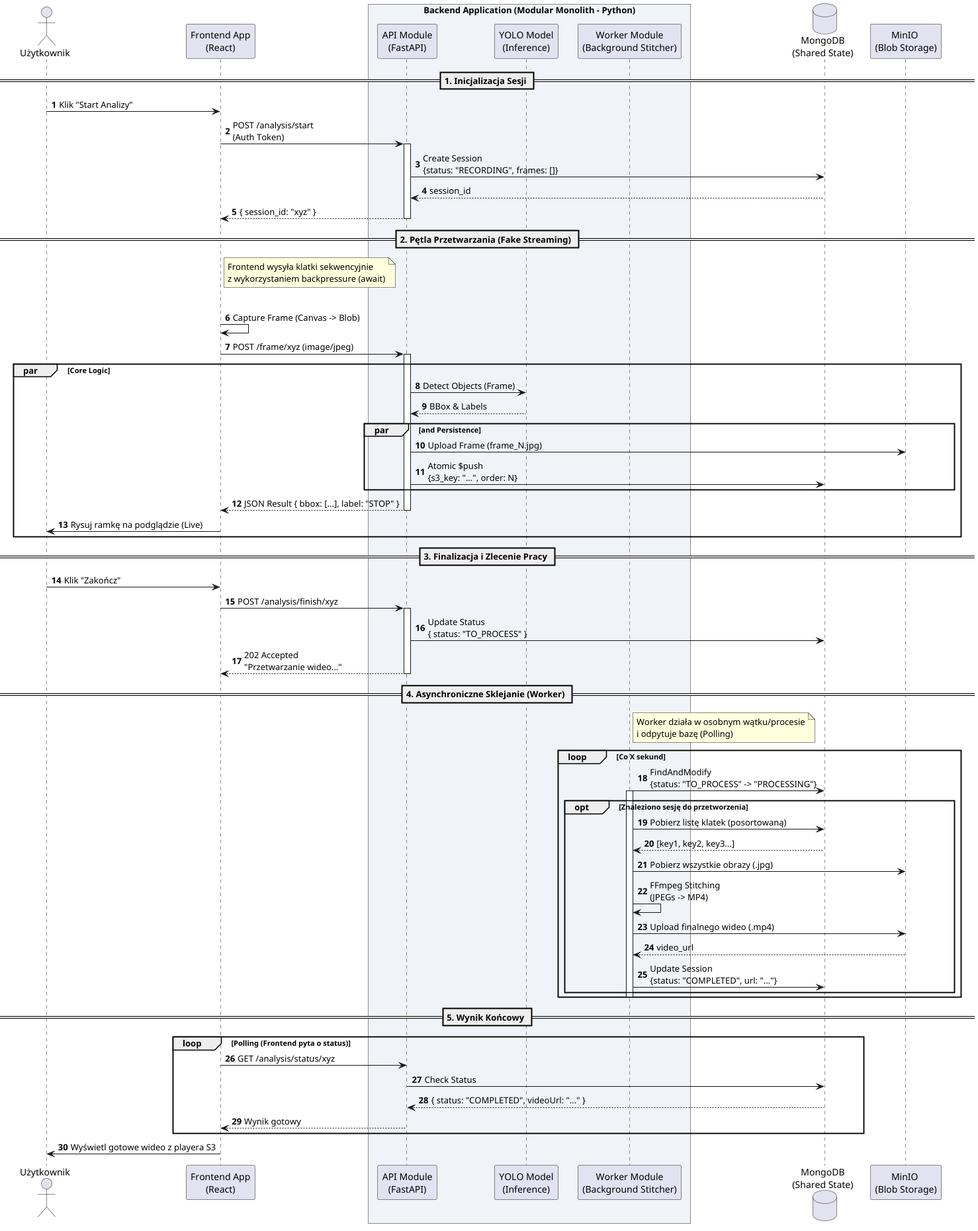
Above: docs/flows/application_flow.png in Matiar15/engin33ring-thesis (PlantUML), before the change.
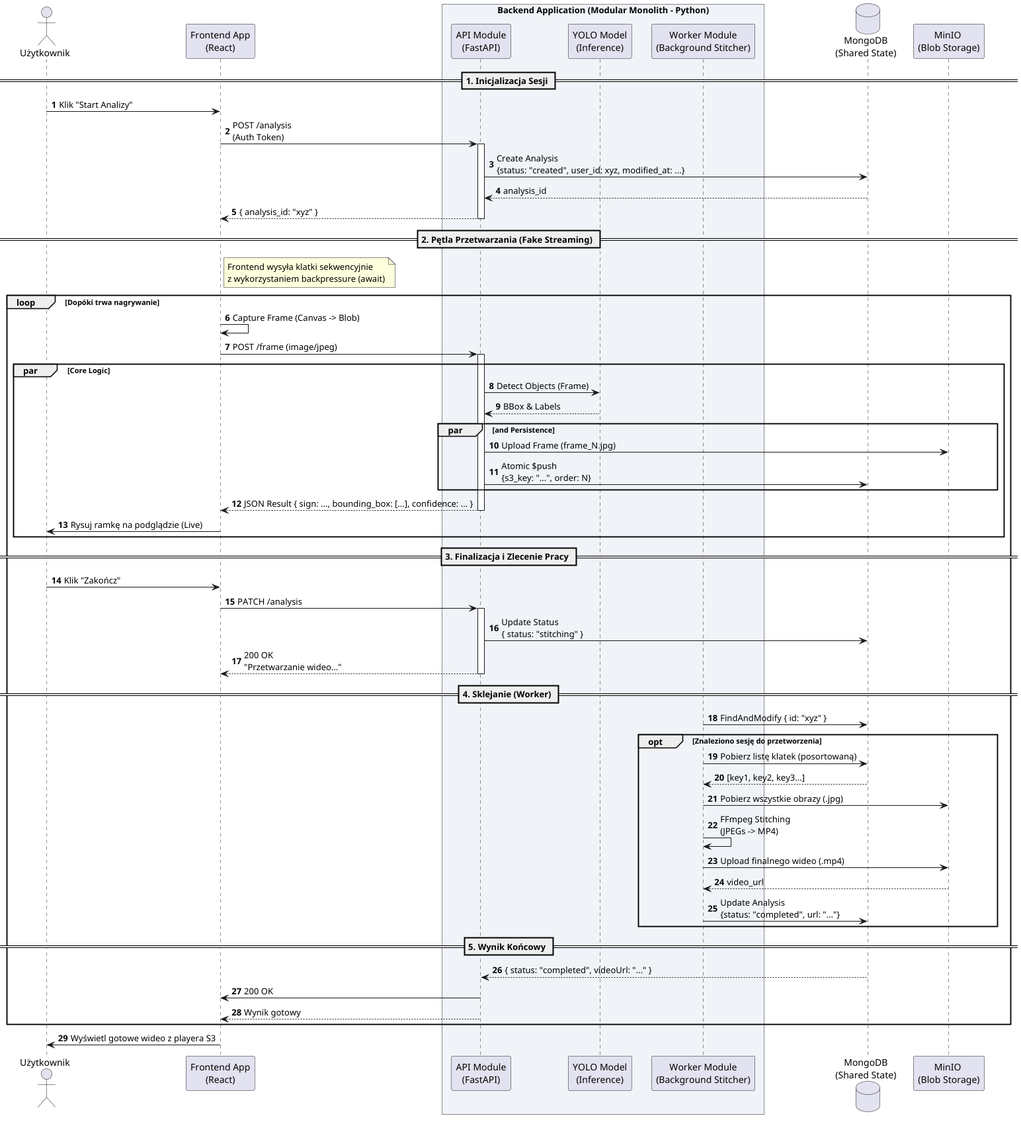
Later version of the same file.

Commit message:
polish-remaining-things chore(docs): update frontend and application flow diagrams

What changed in the source:
```diff
@@ -17,11 +17,11 @@
 
 == 1. Inicjalizacja Sesji ==
 User -> Front: Klik "Start Analizy"
-Front -> API: POST /analysis/start\n(Auth Token)
+Front -> API: POST /analysis\n(Auth Token)
 activate API
-API -> Mongo: Create Session\n{status: "RECORDING", frames: []}
-Mongo --> API: session_id
-API --> Front: { session_id: "xyz" }
+API -> Mongo: Create Analysis\n{status: "created", user_id: xyz, modified_at: ...}
+Mongo --> API: analysis_id
+API --> Front: { analysis_id: "xyz" }
 deactivate API
 
 == 2. Pętla Przetwarzania (Fake Streaming) ==
@@ -32,7 +32,7 @@
 
 loop Dopóki trwa nagrywanie
     Front -> Front: Capture Frame (Canvas -> Blob)
-    Front -> API: POST /frame/xyz (image/jpeg)
+    Front -> API: POST /frame (image/jpeg)
     activate API
 
     par Core Logic
@@ -43,7 +43,7 @@
         API -> Mongo: Atomic $push\n{s3_key: "...", order: N}
     end
 
-    API --> Front: JSON Result { bbox: [...], label: "STOP" }
+    API --> Front: JSON Result { sign: ..., bounding_box: [...], confidence: ... }
     deactivate API
 
     Front -> User: Rysuj ramkę na podglądzie (Live)
@@ -51,43 +51,31 @@
 
 == 3. Finalizacja i Zlecenie Pracy ==
 User -> Front: Klik "Zakończ"
-Front -> API: POST /analysis/finish/xyz
+Front -> API: PATCH /analysis
 activate API
-API -> Mongo: Update Status\n{ status: "TO_PROCESS" }
-API --> Front: 202 Accepted\n"Przetwarzanie wideo..."
+API -> Mongo: Update Status\n{ status: "stitching" }
+API --> Front: 200 OK \n"Przetwarzanie wideo..."
 deactivate API
 
-== 4. Asynchroniczne Sklejanie (Worker) ==
-note right of Worker
-  Worker działa w osobnym wątku/procesie
-  i odpytuje bazę (Polling)
-end note
+== 4. Sklejanie (Worker) ==
+Worker -> Mongo: FindAndModify { id: "xyz" }
+opt Znaleziono sesję do przetworzenia
+    Worker -> Mongo: Pobierz listę klatek (posortowaną)
+    Mongo --> Worker: [key1, key2, key3...]
 
-loop Co X sekund
-    Worker -> Mongo: FindAndModify\n{status: "TO_PROCESS" -> "PROCESSING"}
-    activate Worker
+    Worker -> S3: Pobierz wszystkie obrazy (.jpg)
+    Worker -> Worker: FFmpeg Stitching\n(JPEGs -> MP4)
 
-    opt Znaleziono sesję do przetworzenia
-        Worker -> Mongo: Pobierz listę klatek (posortowaną)
-        Mongo --> Worker: [key1, key2, key3...]
+    Worker -> S3: Upload finalnego wideo (.mp4)
+    S3 --> Worker: video_url
 
-        Worker -> S3: Pobierz wszystkie obrazy (.jpg)
-        Worker -> Worker: FFmpeg Stitching\n(JPEGs -> MP4)
-
-        Worker -> S3: Upload finalnego wideo (.mp4)
-        S3 --> Worker: video_url
-
-        Worker -> Mongo: Update Session\n{status: "COMPLETED", url: "..."}
-    end
-    deactivate Worker
+    Worker -> Mongo: Update Analysis\n{status: "completed", url: "..."}
 end
 
 == 5. Wynik Końcowy ==
-loop Polling (Frontend pyta o status)
-    Front -> API: GET /analysis/status/xyz
-    API -> Mongo: Check Status
-    Mongo --> API: { status: "COMPLETED", videoUrl: "..." }
-    API --> Front: Wynik gotowy
+Mongo --> API: { status: "completed", videoUrl: "..." }
+API -> Front: 200 OK
+API --> Front: Wynik gotowy
 end
 
 Front -> User: Wyświetl gotowe wideo z playera S3
```
